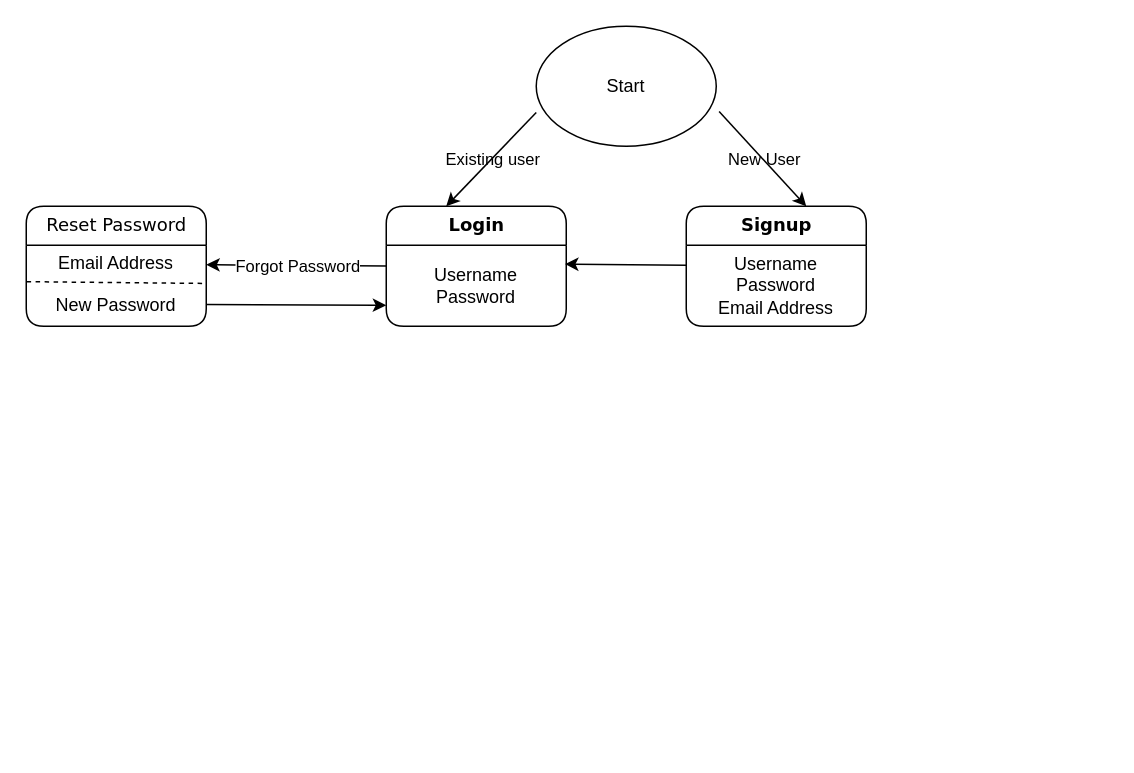
This is Untitled Diagram.drawio from Nischall01/DDMS, a draw.io file, before an edit. Source tidied: cells renumbered, new cells numbered last; positions are measured from the earlier drawing's top-left corner, leaving out a move shared by most shapes. Both pictures are drawn from the tidied source at 150%, with x=0, y=0 at pixel (26, 26).
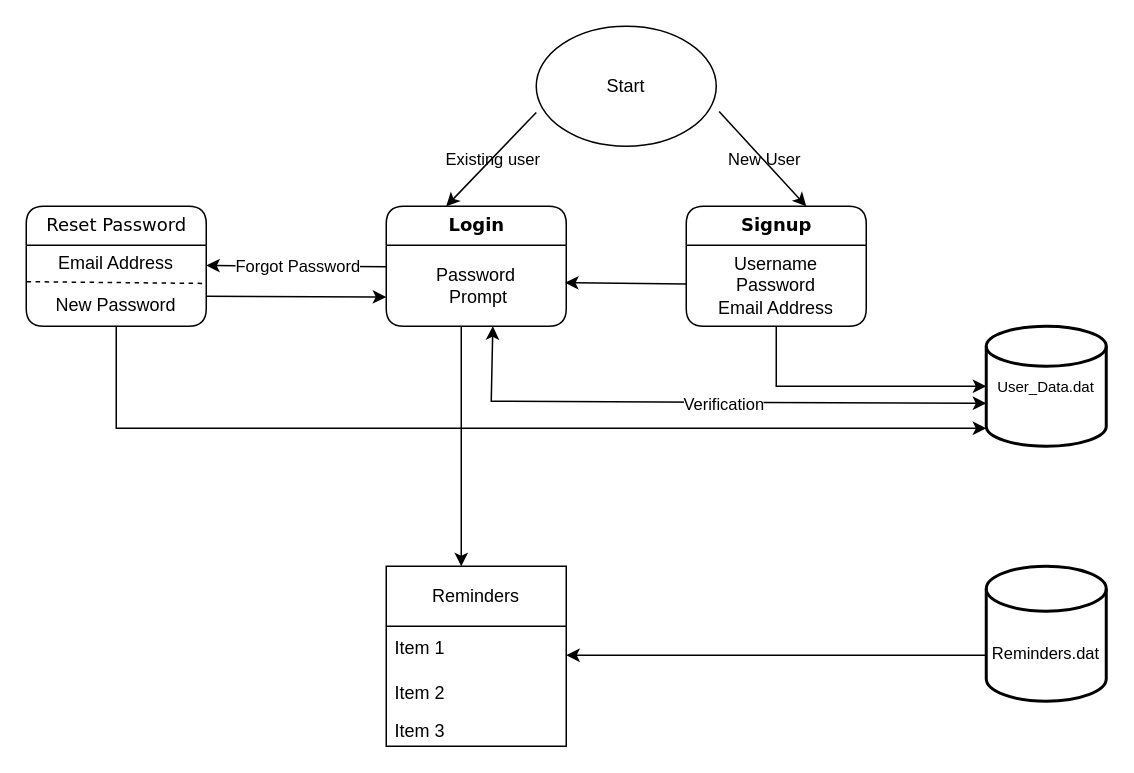
The same diagram, later.

The change refers to these unchanged cells:
```xml
<mxCell id="3" value="&lt;div align=&quot;center&quot;&gt;Username&lt;/div&gt;&lt;div align=&quot;center&quot;&gt;Password&lt;/div&gt;&lt;div align=&quot;center&quot;&gt;Email Address&lt;/div&gt;" style="text;strokeColor=none;fillColor=none;align=center;verticalAlign=middle;spacingLeft=4;spacingRight=4;overflow=hidden;points=[[0,0.5],[1,0.5]];portConstraint=eastwest;whiteSpace=wrap;html=1;labelBackgroundColor=none;" parent="2" vertex="1">
  <mxGeometry y="26" width="120" height="54" as="geometry" />
</mxCell>
<mxCell id="9" value="&lt;h4&gt;Login&lt;/h4&gt;" style="swimlane;html=1;fontStyle=0;horizontal=1;startSize=26;swimlaneFillColor=#ffffff;align=center;rounded=1;shadow=0;comic=0;labelBackgroundColor=none;strokeWidth=1;fontFamily=Verdana;fontSize=12;" parent="1" vertex="1">
  <mxGeometry x="240" y="120" width="120" height="80" as="geometry" />
</mxCell>
<mxCell id="17" value="&lt;div align=&quot;center&quot;&gt;New Password&lt;/div&gt;" style="text;html=1;strokeColor=none;fillColor=none;align=center;verticalAlign=middle;whiteSpace=wrap;rounded=0;" parent="1" vertex="1">
  <mxGeometry y="171" width="120" height="29" as="geometry" />
</mxCell>
```

The edit, as a diff of the source:
```diff
@@
-    <mxCell id="10" value="&lt;div align=&quot;center&quot;&gt;Username&lt;/div&gt;&lt;div align=&quot;center&quot;&gt;Password&lt;/div&gt;" style="text;strokeColor=none;fillColor=none;align=center;verticalAlign=middle;spacingLeft=4;spacingRight=4;overflow=hidden;points=[[0,0.5],[1,0.5]];portConstraint=eastwest;whiteSpace=wrap;html=1;labelBackgroundColor=none;" parent="9" vertex="1">
-      <mxGeometry y="26" width="120" height="54" as="geometry" />
-    </mxCell>
-    <mxCell id="11" value="Reset Password" style="swimlane;html=1;fontStyle=0;horizontal=1;startSize=26;swimlaneFillColor=#ffffff;align=center;rounded=1;shadow=0;comic=0;labelBackgroundColor=none;strokeWidth=1;fontFamily=Verdana;fontSize=12;" parent="1" vertex="1">
+    <mxCell id="11" value="&lt;p&gt;Reset Password&lt;/p&gt;" style="swimlane;html=1;fontStyle=0;horizontal=1;startSize=26;swimlaneFillColor=#ffffff;align=center;rounded=1;shadow=0;comic=0;labelBackgroundColor=none;strokeWidth=1;fontFamily=Verdana;fontSize=12;" parent="1" vertex="1">
       <mxGeometry y="120" width="120" height="80" as="geometry" />
     </mxCell>
@@
     <mxCell id="14" style="endArrow=classic;html=1;rounded=0;" parent="1" edge="1">
       <mxGeometry relative="1" as="geometry">
-        <mxPoint x="240" y="159.9" as="sourcePoint" />
-        <mxPoint x="120" y="159" as="targetPoint" />
+        <mxPoint x="240" y="160.4" as="sourcePoint" />
+        <mxPoint x="120" y="159.5" as="targetPoint" />
       </mxGeometry>
     </mxCell>
@@
-    <mxCell id="16" style="endArrow=classic;html=1;rounded=0;entryX=0.993;entryY=0.232;entryDx=0;entryDy=0;entryPerimeter=0;" parent="1" edge="1" target="10">
+    <mxCell id="16" style="endArrow=classic;html=1;rounded=0;entryX=0.993;entryY=0.232;entryDx=0;entryDy=0;entryPerimeter=0;" parent="1" edge="1">
       <mxGeometry relative="1" as="geometry">
-        <mxPoint x="440" y="159.4" as="sourcePoint" />
+        <mxPoint x="440" y="171.9" as="sourcePoint" />
+        <mxPoint x="359.2" y="171" as="targetPoint" />
       </mxGeometry>
     </mxCell>
@@
-    <mxCell id="18" style="endArrow=classic;html=1;rounded=0;exitX=1;exitY=0.5;exitDx=0;exitDy=0;" parent="1" edge="1" source="17">
+    <mxCell id="18" style="endArrow=classic;html=1;rounded=0;exitX=1;exitY=0.5;exitDx=0;exitDy=0;" parent="1" edge="1">
       <mxGeometry relative="1" as="geometry">
-        <mxPoint x="240" y="186" as="targetPoint" />
+        <mxPoint x="120" y="180" as="sourcePoint" />
+        <mxPoint x="240" y="180.5" as="targetPoint" />
       </mxGeometry>
     </mxCell>
+    <mxCell id="19" value="&lt;p style=&quot;line-height: 120%;&quot;&gt;&lt;/p&gt;&lt;div align=&quot;center&quot;&gt;&lt;font style=&quot;font-size: 10px;&quot;&gt;User_Data.dat&lt;/font&gt;&lt;/div&gt;&lt;p&gt;&lt;/p&gt;" style="strokeWidth=2;html=1;shape=mxgraph.flowchart.database;whiteSpace=wrap;align=center;" parent="1" vertex="1">
+      <mxGeometry x="640" y="200" width="80" height="80" as="geometry" />
+    </mxCell>
+    <mxCell id="20" style="endArrow=classic;html=1;rounded=0;entryX=0;entryY=0.5;entryDx=0;entryDy=0;entryPerimeter=0;exitX=0.5;exitY=1;exitDx=0;exitDy=0;exitPerimeter=0;" parent="1" edge="1" source="3" target="19">
+      <mxGeometry relative="1" as="geometry">
+        <Array as="points">
+          <mxPoint x="500" y="240" />
+        </Array>
+      </mxGeometry>
+    </mxCell>
+    <mxCell id="21" style="endArrow=classic;startArrow=classic;html=1;rounded=0;exitX=-0.055;exitY=0.643;exitDx=0;exitDy=0;exitPerimeter=0;entryX=0.592;entryY=1;entryDx=0;entryDy=0;entryPerimeter=0;" parent="1" edge="1" target="10">
+      <mxGeometry relative="1" as="geometry">
+        <mxPoint x="640" y="251.4" as="sourcePoint" />
+        <Array as="points">
+          <mxPoint x="310" y="250" />
+        </Array>
+      </mxGeometry>
+    </mxCell>
+    <mxCell id="22" value="&lt;div&gt;Verification&lt;/div&gt;" style="edgeLabel;html=1;align=center;verticalAlign=middle;" parent="21" vertex="1">
+      <mxGeometry x="0.05" y="1" relative="1" as="geometry">
+        <mxPoint x="25" as="offset" />
+      </mxGeometry>
+    </mxCell>
+    <mxCell id="23" style="endArrow=classic;html=1;rounded=0;" parent="1" edge="1">
+      <mxGeometry relative="1" as="geometry">
+        <mxPoint x="290" y="200" as="sourcePoint" />
+        <mxPoint x="290" y="360" as="targetPoint" />
+      </mxGeometry>
+    </mxCell>
+    <mxCell id="24" style="endArrow=classic;html=1;rounded=0;entryX=0;entryY=0.85;entryDx=0;entryDy=0;entryPerimeter=0;" parent="1" edge="1" target="19">
+      <mxGeometry relative="1" as="geometry">
+        <mxPoint x="60" y="200" as="sourcePoint" />
+        <Array as="points">
+          <mxPoint x="60" y="268" />
+        </Array>
+      </mxGeometry>
+    </mxCell>
+    <mxCell id="25" value="Reminders" style="swimlane;fontStyle=0;horizontal=1;startSize=40;whiteSpace=wrap;html=1;" parent="1" vertex="1">
+      <mxGeometry x="240" y="360" width="120" height="120" as="geometry" />
+    </mxCell>
+    <mxCell id="26" value="Item 1" style="text;strokeColor=none;fillColor=none;align=left;verticalAlign=middle;spacingLeft=4;spacingRight=4;overflow=hidden;whiteSpace=wrap;html=1;" parent="25" vertex="1">
+      <mxGeometry y="40" width="120" height="30" as="geometry" />
+    </mxCell>
+    <mxCell id="27" value="Item 2" style="text;strokeColor=none;fillColor=none;align=left;verticalAlign=middle;spacingLeft=4;spacingRight=4;overflow=hidden;whiteSpace=wrap;html=1;" parent="25" vertex="1">
+      <mxGeometry y="70" width="120" height="30" as="geometry" />
+    </mxCell>
+    <mxCell id="28" value="Item 3" style="text;strokeColor=none;fillColor=none;align=left;verticalAlign=middle;spacingLeft=4;spacingRight=4;overflow=hidden;whiteSpace=wrap;html=1;" parent="25" vertex="1">
+      <mxGeometry y="100" width="120" height="20" as="geometry" />
+    </mxCell>
+    <mxCell id="29" style="endArrow=classic;html=1;rounded=0;entryX=1.025;entryY=0.081;entryDx=0;entryDy=0;entryPerimeter=0;" parent="1" edge="1">
+      <mxGeometry relative="1" as="geometry">
+        <mxPoint x="640" y="419.3" as="sourcePoint" />
+        <mxPoint x="360" y="419.3" as="targetPoint" />
+      </mxGeometry>
+    </mxCell>
+    <mxCell id="30" value="&lt;font style=&quot;font-size: 11px;&quot;&gt;Reminders.dat&lt;/font&gt;" style="shape=cylinder3;whiteSpace=wrap;html=1;boundedLbl=1;backgroundOutline=1;size=15;strokeWidth=2;" parent="1" vertex="1">
+      <mxGeometry x="640" y="360" width="80" height="90" as="geometry" />
+    </mxCell>
+    <mxCell id="10" value="&lt;div align=&quot;center&quot;&gt;Password&lt;/div&gt;&lt;div&gt;&amp;nbsp;Prompt&lt;/div&gt;" style="text;strokeColor=none;fillColor=none;align=center;verticalAlign=middle;spacingLeft=4;spacingRight=4;overflow=hidden;points=[[0,0.5],[1,0.5]];portConstraint=eastwest;whiteSpace=wrap;html=1;labelBackgroundColor=none;" parent="1" vertex="1">
+      <mxGeometry x="240" y="146" width="120" height="54" as="geometry" />
+    </mxCell>
```
